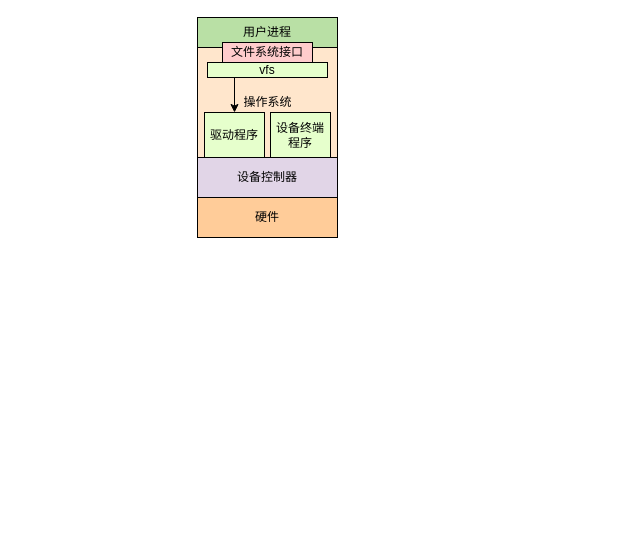
Earlier version of the draw.io diagram 操作系统/IO和驱动.drawio (bollcode/node_picture). Source tidied: cells renumbered, new cells numbered last; positions are measured from the earlier drawing's top-left corner, leaving out a move shared by most shapes. Both pictures are drawn from the tidied source at 100%, with x=0, y=0 at pixel (197, 17).
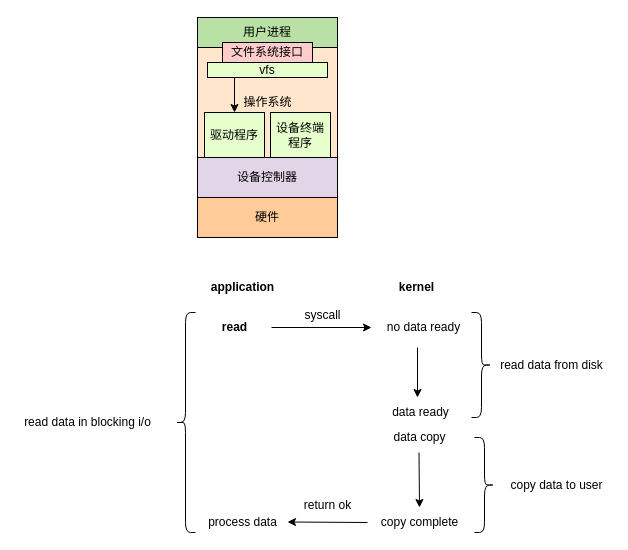
The same diagram, later.

The edit, as a diff of the source:
```diff
@@
+    <mxCell id="13" style="shape=curlyBracket;whiteSpace=wrap;html=1;rounded=1;" parent="1" vertex="1">
+      <mxGeometry x="-22" y="295" width="20" height="220" as="geometry" />
+    </mxCell>
+    <mxCell id="14" style="shape=curlyBracket;whiteSpace=wrap;html=1;rounded=1;rotation=-180;" parent="1" vertex="1">
+      <mxGeometry x="274" y="295" width="20" height="105" as="geometry" />
+    </mxCell>
+    <mxCell id="15" value="&lt;b&gt;application&lt;/b&gt;" style="text;html=1;align=center;verticalAlign=middle;" parent="1" vertex="1">
+      <mxGeometry x="5" y="260" width="80" height="20" as="geometry" />
+    </mxCell>
+    <mxCell id="16" value="&lt;b&gt;kernel&lt;/b&gt;" style="text;html=1;align=center;verticalAlign=middle;" parent="1" vertex="1">
+      <mxGeometry x="194" y="260" width="50" height="20" as="geometry" />
+    </mxCell>
+    <mxCell id="17" value="&lt;b&gt;read&lt;/b&gt;" style="text;html=1;align=center;verticalAlign=middle;" parent="1" vertex="1">
+      <mxGeometry x="17" y="300" width="40" height="20" as="geometry" />
+    </mxCell>
+    <mxCell id="18" style="endArrow=classic;html=1;" parent="1" edge="1">
+      <mxGeometry relative="1" as="geometry">
+        <mxPoint x="74" y="310" as="sourcePoint" />
+        <mxPoint x="174" y="310" as="targetPoint" />
+      </mxGeometry>
+    </mxCell>
+    <mxCell id="19" value="no data ready" style="text;html=1;align=center;verticalAlign=middle;" parent="1" vertex="1">
+      <mxGeometry x="181" y="300" width="90" height="20" as="geometry" />
+    </mxCell>
+    <mxCell id="20" value="syscall" style="text;html=1;align=center;verticalAlign=middle;" parent="1" vertex="1">
+      <mxGeometry x="100" y="288" width="50" height="20" as="geometry" />
+    </mxCell>
+    <mxCell id="21" style="endArrow=classic;html=1;" parent="1" edge="1">
+      <mxGeometry relative="1" as="geometry">
+        <mxPoint x="220" y="330" as="sourcePoint" />
+        <mxPoint x="220" y="380" as="targetPoint" />
+      </mxGeometry>
+    </mxCell>
+    <mxCell id="22" value="data ready" style="text;html=1;align=center;verticalAlign=middle;" parent="1" vertex="1">
+      <mxGeometry x="188" y="385" width="70" height="20" as="geometry" />
+    </mxCell>
+    <mxCell id="23" value="data copy" style="text;html=1;align=center;verticalAlign=middle;" parent="1" vertex="1">
+      <mxGeometry x="187" y="410" width="70" height="20" as="geometry" />
+    </mxCell>
+    <mxCell id="24" value="copy complete" style="text;html=1;align=center;verticalAlign=middle;" parent="1" vertex="1">
+      <mxGeometry x="177" y="495" width="90" height="20" as="geometry" />
+    </mxCell>
+    <mxCell id="25" style="endArrow=classic;html=1;" parent="1" edge="1">
+      <mxGeometry relative="1" as="geometry">
+        <mxPoint x="221.5" y="435" as="sourcePoint" />
+        <mxPoint x="222" y="490" as="targetPoint" />
+      </mxGeometry>
+    </mxCell>
+    <mxCell id="26" style="shape=curlyBracket;whiteSpace=wrap;html=1;rounded=1;rotation=-180;" parent="1" vertex="1">
+      <mxGeometry x="277" y="420" width="20" height="95" as="geometry" />
+    </mxCell>
+    <mxCell id="27" value="read data from disk" style="text;html=1;align=center;verticalAlign=middle;" parent="1" vertex="1">
+      <mxGeometry x="294" y="337.5" width="120" height="20" as="geometry" />
+    </mxCell>
+    <mxCell id="28" value="copy data to user" style="text;html=1;align=center;verticalAlign=middle;" parent="1" vertex="1">
+      <mxGeometry x="304" y="457.5" width="110" height="20" as="geometry" />
+    </mxCell>
+    <mxCell id="29" value="process data" style="text;html=1;align=center;verticalAlign=middle;" parent="1" vertex="1">
+      <mxGeometry x="5" y="495" width="80" height="20" as="geometry" />
+    </mxCell>
+    <mxCell id="30" style="endArrow=classic;html=1;" parent="1" edge="1">
+      <mxGeometry relative="1" as="geometry">
+        <mxPoint x="170" y="505" as="sourcePoint" />
+        <mxPoint x="90" y="504.5" as="targetPoint" />
+      </mxGeometry>
+    </mxCell>
+    <mxCell id="31" value="return ok" style="text;html=1;align=center;verticalAlign=middle;" parent="1" vertex="1">
+      <mxGeometry x="100" y="477.5" width="60" height="20" as="geometry" />
+    </mxCell>
+    <mxCell id="32" value="read data in blocking i/o" style="text;html=1;align=center;verticalAlign=middle;" parent="1" vertex="1">
+      <mxGeometry x="-180" y="395" width="140" height="20" as="geometry" />
+    </mxCell>
```
